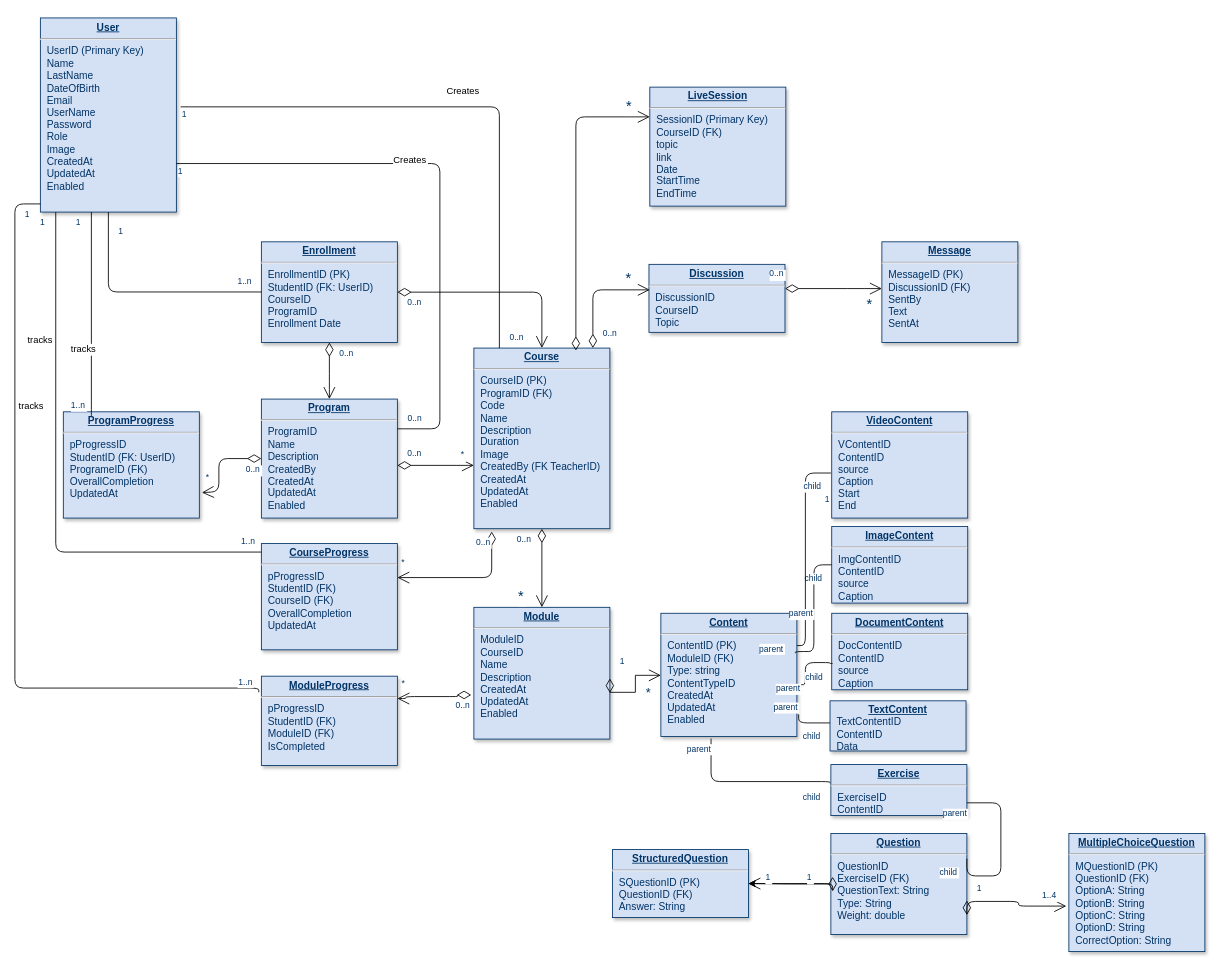
This is Diagrams/Database.drawio from kingshowa/PFE_E-learning, a draw.io file, before an edit. Source tidied: cells renumbered, new cells numbered last; positions are measured from the earlier drawing's top-left corner, leaving out a move shared by most shapes. Both pictures are drawn from the tidied source at 85%, with x=0, y=0 at pixel (14, 18).
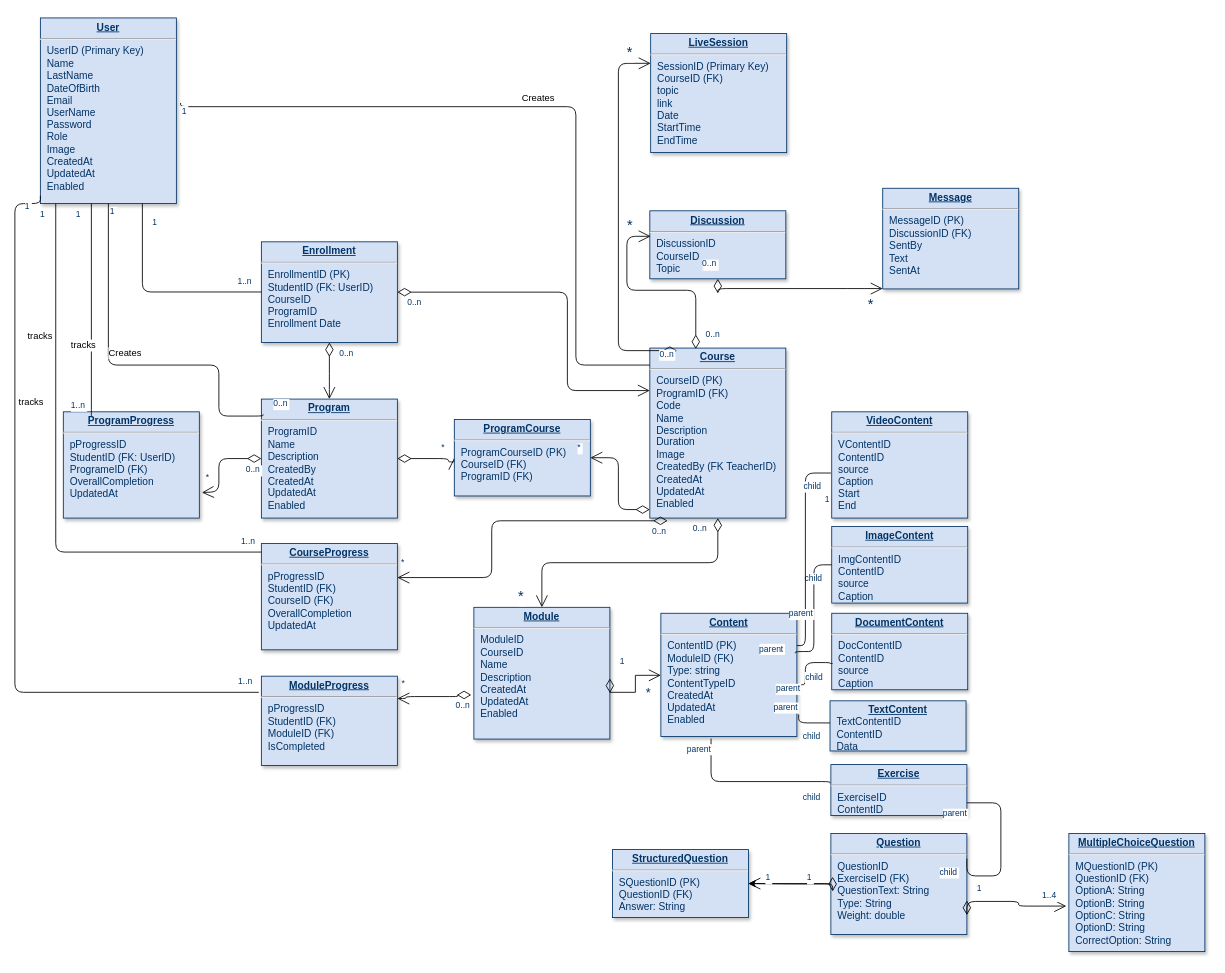
The same page after the edit.

The change refers to these unchanged cells:
```xml
<mxCell id="2" value="&lt;p style=&quot;margin: 0px; margin-top: 4px; text-align: center; text-decoration: underline;&quot;&gt;&lt;strong&gt;Program&lt;/strong&gt;&lt;/p&gt;&lt;hr&gt;&lt;p style=&quot;margin: 0px; margin-left: 8px;&quot;&gt;ProgramID&lt;/p&gt;&lt;p style=&quot;margin: 0px; margin-left: 8px;&quot;&gt;Name&lt;/p&gt;&lt;p style=&quot;margin: 0px; margin-left: 8px;&quot;&gt;Description&lt;/p&gt;&lt;p style=&quot;margin: 0px; margin-left: 8px;&quot;&gt;CreatedBy&lt;/p&gt;&lt;p style=&quot;margin: 0px; margin-left: 8px;&quot;&gt;CreatedAt&lt;/p&gt;&lt;p style=&quot;margin: 0px; margin-left: 8px;&quot;&gt;UpdatedAt&lt;/p&gt;&lt;p style=&quot;margin: 0px; margin-left: 8px;&quot;&gt;Enabled&lt;/p&gt;" style="verticalAlign=top;align=left;overflow=fill;fontSize=12;fontFamily=Helvetica;html=1;strokeColor=#003366;shadow=1;fillColor=#D4E1F5;fontColor=#003366;" parent="1" vertex="1">
  <mxGeometry x="290" y="448" width="160" height="140" as="geometry" />
</mxCell>
<mxCell id="4" value="&lt;p style=&quot;margin: 0px; margin-top: 4px; text-align: center; text-decoration: underline;&quot;&gt;&lt;b&gt;Enrollment&lt;/b&gt;&lt;/p&gt;&lt;hr&gt;&lt;p style=&quot;margin: 0px; margin-left: 8px;&quot;&gt;EnrollmentID (PK)&lt;/p&gt;&lt;p style=&quot;margin: 0px; margin-left: 8px;&quot;&gt;StudentID (FK: UserID)&lt;/p&gt;&lt;p style=&quot;margin: 0px; margin-left: 8px;&quot;&gt;CourseID&lt;/p&gt;&lt;p style=&quot;margin: 0px; margin-left: 8px;&quot;&gt;ProgramID&lt;/p&gt;&lt;p style=&quot;margin: 0px; margin-left: 8px;&quot;&gt;Enrollment Date&lt;/p&gt;" style="verticalAlign=top;align=left;overflow=fill;fontSize=12;fontFamily=Helvetica;html=1;strokeColor=#003366;shadow=1;fillColor=#D4E1F5;fontColor=#003366;" parent="1" vertex="1">
  <mxGeometry x="290" y="263" width="160" height="118.4" as="geometry" />
</mxCell>
<mxCell id="52" value="&lt;p style=&quot;margin: 0px; margin-top: 4px; text-align: center; text-decoration: underline;&quot;&gt;&lt;strong&gt;ModuleProgress&lt;/strong&gt;&lt;/p&gt;&lt;hr&gt;&lt;p style=&quot;margin: 0px; margin-left: 8px;&quot;&gt;pProgressID&lt;/p&gt;&lt;p style=&quot;margin: 0px; margin-left: 8px;&quot;&gt;StudentID (FK)&lt;/p&gt;&lt;p style=&quot;margin: 0px; margin-left: 8px;&quot;&gt;ModuleID (FK)&lt;/p&gt;&lt;p style=&quot;margin: 0px; margin-left: 8px;&quot;&gt;IsCompleted&lt;/p&gt;" style="verticalAlign=top;align=left;overflow=fill;fontSize=12;fontFamily=Helvetica;html=1;strokeColor=#003366;shadow=1;fillColor=#D4E1F5;fontColor=#003366;" parent="1" vertex="1">
  <mxGeometry x="290" y="774" width="160" height="105" as="geometry" />
</mxCell>
```

Diff of the diagram source:
```diff
@@
     <mxCell id="5" value="&lt;p style=&quot;margin: 0px; margin-top: 4px; text-align: center; text-decoration: underline;&quot;&gt;&lt;b&gt;Course&lt;/b&gt;&lt;/p&gt;&lt;hr&gt;&lt;p style=&quot;margin: 0px; margin-left: 8px;&quot;&gt;CourseID (PK)&lt;/p&gt;&lt;p style=&quot;margin: 0px; margin-left: 8px;&quot;&gt;ProgramID (FK)&lt;/p&gt;&lt;p style=&quot;margin: 0px; margin-left: 8px;&quot;&gt;Code&lt;/p&gt;&lt;p style=&quot;margin: 0px; margin-left: 8px;&quot;&gt;Name&lt;/p&gt;&lt;p style=&quot;margin: 0px; margin-left: 8px;&quot;&gt;Description&lt;/p&gt;&lt;p style=&quot;margin: 0px; margin-left: 8px;&quot;&gt;Duration&lt;/p&gt;&lt;p style=&quot;margin: 0px; margin-left: 8px;&quot;&gt;Image&lt;/p&gt;&lt;p style=&quot;margin: 0px; margin-left: 8px;&quot;&gt;CreatedBy (FK TeacherID)&amp;nbsp;&lt;/p&gt;&lt;p style=&quot;margin: 0px; margin-left: 8px;&quot;&gt;CreatedAt&lt;/p&gt;&lt;p style=&quot;margin: 0px; margin-left: 8px;&quot;&gt;UpdatedAt&lt;/p&gt;&lt;p style=&quot;margin: 0px; margin-left: 8px;&quot;&gt;Enabled&lt;/p&gt;" style="verticalAlign=top;align=left;overflow=fill;fontSize=12;fontFamily=Helvetica;html=1;strokeColor=#003366;shadow=1;fillColor=#D4E1F5;fontColor=#003366;" parent="1" vertex="1">
-      <mxGeometry x="540" y="388" width="160" height="212.5" as="geometry" />
+      <mxGeometry x="747" y="388" width="160" height="200" as="geometry" />
     </mxCell>
     <mxCell id="6" value="&lt;p style=&quot;margin: 0px; margin-top: 4px; text-align: center; text-decoration: underline;&quot;&gt;&lt;strong&gt;User&lt;/strong&gt;&lt;/p&gt;&lt;hr&gt;&lt;p style=&quot;margin: 0px; margin-left: 8px;&quot;&gt;UserID (Primary Key)&lt;/p&gt;&lt;p style=&quot;margin: 0px 0px 0px 8px;&quot;&gt;Name&lt;/p&gt;&lt;p style=&quot;margin: 0px 0px 0px 8px;&quot;&gt;LastName&lt;/p&gt;&lt;p style=&quot;margin: 0px 0px 0px 8px;&quot;&gt;DateOfBirth&lt;/p&gt;&lt;p style=&quot;margin: 0px 0px 0px 8px;&quot;&gt;Email&lt;/p&gt;&lt;p style=&quot;margin: 0px 0px 0px 8px;&quot;&gt;UserName&lt;/p&gt;&lt;p style=&quot;margin: 0px 0px 0px 8px;&quot;&gt;Password&lt;/p&gt;&lt;p style=&quot;margin: 0px 0px 0px 8px;&quot;&gt;Role&lt;/p&gt;&lt;p style=&quot;margin: 0px 0px 0px 8px;&quot;&gt;Image&lt;/p&gt;&lt;p style=&quot;margin: 0px 0px 0px 8px;&quot;&gt;CreatedAt&lt;/p&gt;&lt;p style=&quot;margin: 0px 0px 0px 8px;&quot;&gt;UpdatedAt&lt;/p&gt;&lt;p style=&quot;margin: 0px 0px 0px 8px;&quot;&gt;Enabled&lt;/p&gt;" style="verticalAlign=top;align=left;overflow=fill;fontSize=12;fontFamily=Helvetica;html=1;strokeColor=#003366;shadow=1;fillColor=#D4E1F5;fontColor=#003366;" parent="1" vertex="1">
-      <mxGeometry x="30" y="-0.4" width="160" height="228.4" as="geometry" />
+      <mxGeometry x="30" y="-0.4" width="160" height="218.4" as="geometry" />
     </mxCell>
@@
-    <mxCell id="16" style="endArrow=open;endSize=12;startArrow=diamondThin;startSize=14;startFill=0;edgeStyle=orthogonalEdgeStyle;" parent="1" edge="1" source="2" target="5">
+    <mxCell id="16" style="endArrow=open;endSize=12;startArrow=diamondThin;startSize=14;startFill=0;edgeStyle=orthogonalEdgeStyle;entryX=0;entryY=0.5;entryDx=0;entryDy=0;" parent="1" edge="1" source="2" target="97">
       <mxGeometry x="519.4" y="200" as="geometry">
         <Array as="points">
-          <mxPoint x="530" y="526" />
-          <mxPoint x="530" y="526" />
+          <mxPoint x="510" y="518" />
+          <mxPoint x="510" y="522" />
         </Array>
       </mxGeometry>
     </mxCell>
-    <mxCell id="17" value="0..n" style="align=left;verticalAlign=top;labelBackgroundColor=#ffffff;fontSize=10;strokeColor=#003366;shadow=1;fillColor=#D4E1F5;fontColor=#003366;" parent="16" vertex="1">
-      <mxGeometry x="-1" relative="1" as="geometry">
-        <mxPoint x="10" y="-27" as="offset" />
-      </mxGeometry>
-    </mxCell>
@@
     <mxCell id="25" style="endArrow=none;edgeStyle=orthogonalEdgeStyle;" parent="1" edge="1" source="6" target="4">
       <mxGeometry as="geometry">
         <Array as="points">
-          <mxPoint x="110" y="322" />
+          <mxPoint x="150" y="322" />
         </Array>
         <mxPoint x="-100" y="33" as="offset" />
       </mxGeometry>
     </mxCell>
@@
     <mxCell id="28" style="endArrow=open;endSize=12;startArrow=diamondThin;startSize=14;startFill=0;edgeStyle=orthogonalEdgeStyle;" parent="1" edge="1" source="4" target="5">
-      <mxGeometry y="160" as="geometry" />
+      <mxGeometry y="160" as="geometry">
+        <Array as="points">
+          <mxPoint x="650" y="322" />
+          <mxPoint x="650" y="438" />
+        </Array>
+      </mxGeometry>
     </mxCell>
@@
     <mxCell id="53" value="&lt;p style=&quot;margin: 0px ; margin-top: 4px ; text-align: center ; text-decoration: underline&quot;&gt;&lt;b&gt;Discussion&lt;/b&gt;&lt;/p&gt;&lt;hr&gt;&lt;p style=&quot;margin: 0px ; margin-left: 8px&quot;&gt;DiscussionID&lt;/p&gt;&lt;p style=&quot;margin: 0px ; margin-left: 8px&quot;&gt;&lt;span style=&quot;background-color: initial;&quot;&gt;CourseID&lt;/span&gt;&lt;/p&gt;&lt;p style=&quot;margin: 0px ; margin-left: 8px&quot;&gt;Topic&lt;/p&gt;" style="verticalAlign=top;align=left;overflow=fill;fontSize=12;fontFamily=Helvetica;html=1;strokeColor=#003366;shadow=1;fillColor=#D4E1F5;fontColor=#003366;" parent="1" vertex="1">
-      <mxGeometry x="746" y="289.5" width="160" height="80" as="geometry" />
+      <mxGeometry x="747" y="226.5" width="160" height="80" as="geometry" />
     </mxCell>
     <mxCell id="54" value="&lt;p style=&quot;margin: 0px ; margin-top: 4px ; text-align: center ; text-decoration: underline&quot;&gt;&lt;b&gt;Message&lt;/b&gt;&lt;/p&gt;&lt;hr&gt;&lt;p style=&quot;margin: 0px ; margin-left: 8px&quot;&gt;MessageID (PK)&lt;/p&gt;&lt;p style=&quot;margin: 0px ; margin-left: 8px&quot;&gt;DiscussionID (FK)&lt;/p&gt;&lt;p style=&quot;margin: 0px ; margin-left: 8px&quot;&gt;SentBy&lt;/p&gt;&lt;p style=&quot;margin: 0px ; margin-left: 8px&quot;&gt;Text&lt;/p&gt;&lt;p style=&quot;margin: 0px ; margin-left: 8px&quot;&gt;SentAt&lt;/p&gt;" style="verticalAlign=top;align=left;overflow=fill;fontSize=12;fontFamily=Helvetica;html=1;strokeColor=#003366;shadow=1;fillColor=#D4E1F5;fontColor=#003366;" parent="1" vertex="1">
-      <mxGeometry x="1020" y="263" width="160" height="118.4" as="geometry" />
+      <mxGeometry x="1021" y="200" width="160" height="118.4" as="geometry" />
     </mxCell>
-    <mxCell id="55" style="endArrow=open;endSize=12;startArrow=diamondThin;startSize=14;startFill=0;edgeStyle=orthogonalEdgeStyle;entryX=0.006;entryY=0.375;entryDx=0;entryDy=0;entryPerimeter=0;" parent="1" edge="1" target="53">
+    <mxCell id="55" style="endArrow=open;endSize=12;startArrow=diamondThin;startSize=14;startFill=0;edgeStyle=orthogonalEdgeStyle;entryX=0.006;entryY=0.375;entryDx=0;entryDy=0;entryPerimeter=0;exitX=0.338;exitY=0.005;exitDx=0;exitDy=0;exitPerimeter=0;" parent="1" edge="1" source="5" target="53">
       <mxGeometry x="369.4" y="360" as="geometry">
-        <mxPoint x="680" y="388" as="sourcePoint" />
         <Array as="points">
-          <mxPoint x="680" y="388" />
-          <mxPoint x="680" y="320" />
+          <mxPoint x="801" y="320" />
+          <mxPoint x="720" y="320" />
+          <mxPoint x="720" y="257" />
         </Array>
       </mxGeometry>
     </mxCell>
@@
     <mxCell id="61" value="&lt;p style=&quot;margin: 0px ; margin-top: 4px ; text-align: center ; text-decoration: underline&quot;&gt;&lt;b&gt;LiveSession&lt;/b&gt;&lt;/p&gt;&lt;hr&gt;&lt;p style=&quot;margin: 0px ; margin-left: 8px&quot;&gt;SessionID (Primary Key)&lt;/p&gt;&lt;p style=&quot;margin: 0px ; margin-left: 8px&quot;&gt;CourseID (FK)&lt;/p&gt;&lt;p style=&quot;margin: 0px ; margin-left: 8px&quot;&gt;topic&lt;/p&gt;&lt;p style=&quot;margin: 0px ; margin-left: 8px&quot;&gt;link&lt;/p&gt;&lt;p style=&quot;margin: 0px ; margin-left: 8px&quot;&gt;Date&lt;/p&gt;&lt;p style=&quot;margin: 0px ; margin-left: 8px&quot;&gt;StartTime&lt;/p&gt;&lt;p style=&quot;margin: 0px ; margin-left: 8px&quot;&gt;EndTime&lt;/p&gt;" style="verticalAlign=top;align=left;overflow=fill;fontSize=12;fontFamily=Helvetica;html=1;strokeColor=#003366;shadow=1;fillColor=#D4E1F5;fontColor=#003366;" parent="1" vertex="1">
-      <mxGeometry x="747" y="81" width="160" height="140" as="geometry" />
+      <mxGeometry x="748" y="18" width="160" height="140" as="geometry" />
     </mxCell>
-    <mxCell id="62" style="endArrow=open;endSize=12;startArrow=diamondThin;startSize=14;startFill=0;edgeStyle=orthogonalEdgeStyle;entryX=0;entryY=0.25;entryDx=0;entryDy=0;" parent="1" edge="1" target="61">
+    <mxCell id="62" style="endArrow=open;endSize=12;startArrow=diamondThin;startSize=14;startFill=0;edgeStyle=orthogonalEdgeStyle;entryX=0;entryY=0.25;entryDx=0;entryDy=0;exitX=0.2;exitY=0.015;exitDx=0;exitDy=0;exitPerimeter=0;" parent="1" edge="1" source="5" target="61">
       <mxGeometry x="369.4" y="360" as="geometry">
-        <mxPoint x="660" y="391" as="sourcePoint" />
         <Array as="points">
-          <mxPoint x="660" y="391" />
-          <mxPoint x="660" y="116" />
+          <mxPoint x="710" y="391" />
+          <mxPoint x="710" y="53" />
         </Array>
       </mxGeometry>
     </mxCell>
@@
-    <mxCell id="76" value="Creates" style="endArrow=none;edgeStyle=orthogonalEdgeStyle;exitX=1;exitY=0.75;exitDx=0;exitDy=0;entryX=1;entryY=0.25;entryDx=0;entryDy=0;" parent="1" edge="1" source="6" target="2">
+    <mxCell id="76" value="Creates" style="endArrow=none;edgeStyle=orthogonalEdgeStyle;exitX=0.5;exitY=1;exitDx=0;exitDy=0;entryX=0.013;entryY=0.129;entryDx=0;entryDy=0;entryPerimeter=0;" parent="1" edge="1" source="6" target="2">
       <mxGeometry as="geometry">
         <Array as="points">
-          <mxPoint x="500" y="171" />
-          <mxPoint x="500" y="483" />
+          <mxPoint x="110" y="408" />
+          <mxPoint x="240" y="408" />
+          <mxPoint x="240" y="468" />
+          <mxPoint x="292" y="468" />
         </Array>
-        <mxPoint x="145" y="-161" as="offset" />
+        <mxPoint x="-71" y="51" as="offset" />
       </mxGeometry>
     </mxCell>
@@
     <mxCell id="79" value="Creates" style="endArrow=none;edgeStyle=orthogonalEdgeStyle;exitX=1.031;exitY=0.458;exitDx=0;exitDy=0;exitPerimeter=0;" parent="1" edge="1" source="6" target="5">
       <mxGeometry as="geometry">
         <Array as="points">
-          <mxPoint x="570" y="104" />
+          <mxPoint x="195" y="104" />
+          <mxPoint x="660" y="104" />
+          <mxPoint x="660" y="408" />
         </Array>
         <mxPoint x="145" y="-161" as="offset" />
       </mxGeometry>
     </mxCell>
@@
     <mxCell id="85" value="tracks" style="endArrow=none;edgeStyle=orthogonalEdgeStyle;exitX=0;exitY=0.958;exitDx=0;exitDy=0;exitPerimeter=0;entryX=-0.019;entryY=0.181;entryDx=0;entryDy=0;entryPerimeter=0;" parent="1" edge="1" source="6" target="52">
       <mxGeometry as="geometry">
         <Array as="points">
           <mxPoint y="218" />
-          <mxPoint y="788" />
-          <mxPoint x="287" y="788" />
+          <mxPoint y="793" />
         </Array>
         <mxPoint x="-139" y="-50" as="offset" />
       </mxGeometry>
     </mxCell>
@@
+    <mxCell id="97" value="&lt;p style=&quot;margin: 0px; margin-top: 4px; text-align: center; text-decoration: underline;&quot;&gt;&lt;b&gt;ProgramCourse&lt;/b&gt;&lt;/p&gt;&lt;hr&gt;&lt;p style=&quot;margin: 0px; margin-left: 8px;&quot;&gt;ProgramCourseID (PK)&lt;/p&gt;&lt;p style=&quot;margin: 0px; margin-left: 8px;&quot;&gt;CourseID (FK)&lt;/p&gt;&lt;p style=&quot;margin: 0px; margin-left: 8px;&quot;&gt;ProgramID (FK)&lt;/p&gt;" style="verticalAlign=top;align=left;overflow=fill;fontSize=12;fontFamily=Helvetica;html=1;strokeColor=#003366;shadow=1;fillColor=#D4E1F5;fontColor=#003366;" parent="1" vertex="1">
+      <mxGeometry x="517" y="472" width="160" height="90" as="geometry" />
+    </mxCell>
+    <mxCell id="98" style="endArrow=open;endSize=12;startArrow=diamondThin;startSize=14;startFill=0;edgeStyle=orthogonalEdgeStyle;entryX=1;entryY=0.5;entryDx=0;entryDy=0;" parent="1" edge="1" source="5" target="97">
+      <mxGeometry x="519.4" y="200" as="geometry">
+        <Array as="points">
+          <mxPoint x="710" y="578" />
+          <mxPoint x="710" y="517" />
+        </Array>
+      </mxGeometry>
+    </mxCell>
+    <mxCell id="99" value="*" style="align=right;verticalAlign=top;labelBackgroundColor=#ffffff;fontSize=10;strokeColor=#003366;shadow=1;fillColor=#D4E1F5;fontColor=#003366;" parent="98" vertex="1">
+      <mxGeometry x="1" relative="1" as="geometry">
+        <mxPoint x="-10" y="-25" as="offset" />
+      </mxGeometry>
+    </mxCell>
```
